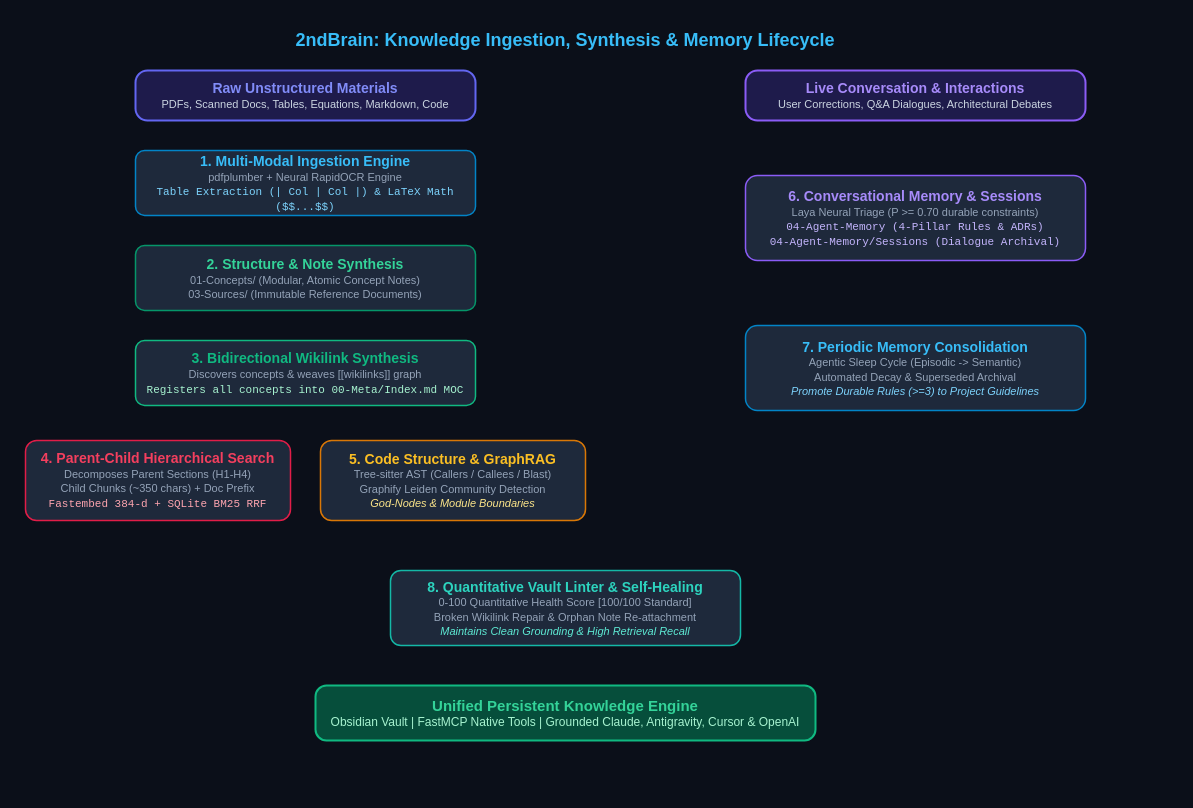
This is assets/knowledge_pipeline.drawio from Fabbbbbbb99/2ndBrain, a draw.io file, before an edit. Source tidied: cells renumbered, new cells numbered last; positions are measured from the earlier drawing's top-left corner, leaving out a move shared by most shapes. Both pictures are drawn from the tidied source at 100%, with x=0, y=0 at pixel (25, 25).
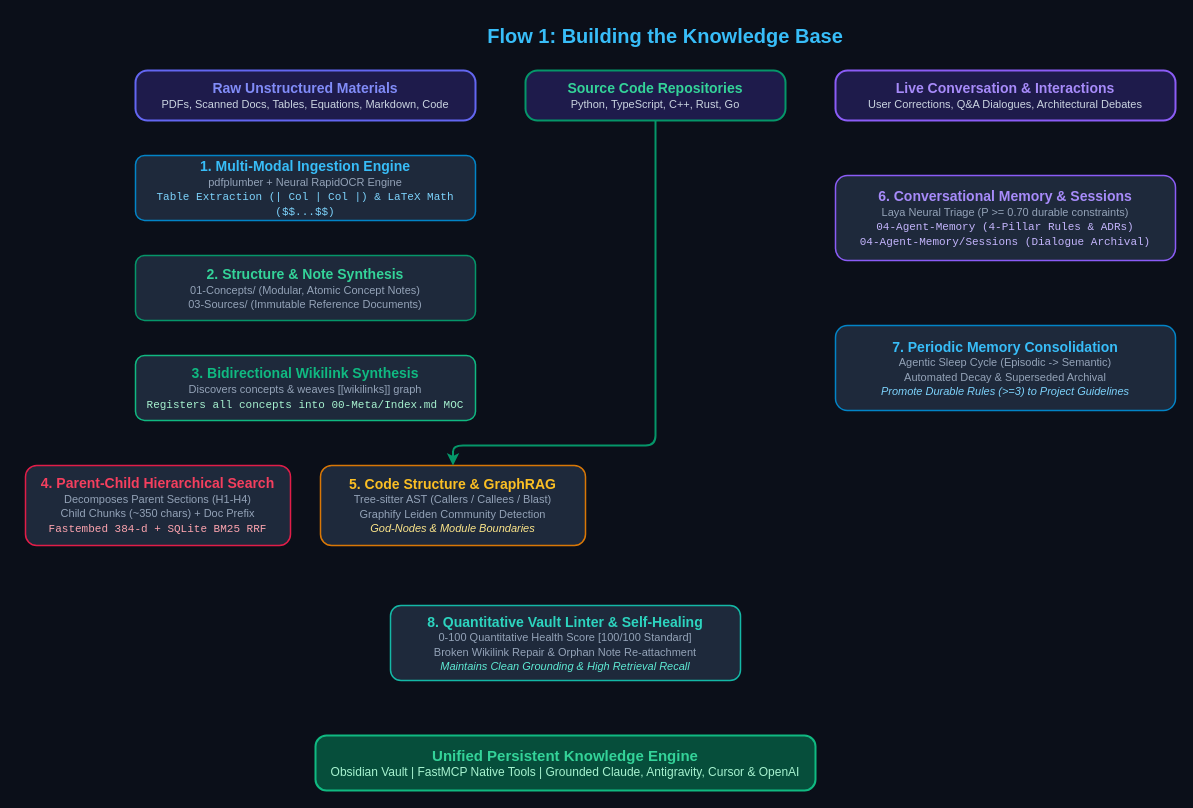
After the change.

Commit message (it also covers changes not shown here):
feat(assets): add 3 Draw.io diagrams — architecture, knowledge pipeline, prompt flow

The edit, as a diff of the source:
```diff
@@
-    <mxCell id="2" value="2ndBrain: Knowledge Ingestion, Synthesis &amp; Memory Lifecycle" style="text;html=1;strokeColor=none;fillColor=none;align=center;verticalAlign=middle;whiteSpace=wrap;rounded=0;fontColor=#38bdf8;fontStyle=1;fontSize=18;" parent="1" vertex="1">
-      <mxGeometry x="240" width="600" height="30" as="geometry" />
+    <mxCell id="2" value="Flow 1: Building the Knowledge Base" style="text;html=1;strokeColor=none;fillColor=none;align=center;verticalAlign=middle;whiteSpace=wrap;rounded=0;fontColor=#38bdf8;fontStyle=1;fontSize=20;" parent="1" vertex="1">
+      <mxGeometry x="290" y="-5" width="700" height="30" as="geometry" />
     </mxCell>
@@
+    <mxCell id="25" value="&lt;b style='font-size: 14px; color: #34d399;'&gt;Source Code Repositories&lt;/b&gt;&lt;br&gt;&lt;span style='color: #cbd5e1; font-size: 11px;'&gt;Python, TypeScript, C++, Rust, Go&lt;/span&gt;" style="rounded=1;whiteSpace=wrap;html=1;fillColor=#1e1b4b;strokeColor=#059669;strokeWidth=2;fontColor=#ffffff;arcSize=24;" parent="1" vertex="1">
+      <mxGeometry x="500" y="45" width="260" height="50" as="geometry" />
+    </mxCell>
-    <mxCell id="4" value="&lt;b style='font-size: 14px; color: #a78bfa;'&gt;Live Conversation &amp; Interactions&lt;/b&gt;&lt;br&gt;&lt;span style='color: #cbd5e1; font-size: 11px;'&gt;User Corrections, Q&amp;A Dialogues, Architectural Debates&lt;/span&gt;" style="rounded=1;whiteSpace=wrap;html=1;fillColor=#1e1b4b;strokeColor=#8b5cf6;strokeWidth=2;fontColor=#ffffff;arcSize=24;" parent="1" vertex="1">
-      <mxGeometry x="720" y="45" width="340" height="50" as="geometry" />
+    <mxCell id="4" value="&lt;b style='font-size: 14px; color: #a78bfa;'&gt;Live Conversation &amp;amp; Interactions&lt;/b&gt;&lt;br&gt;&lt;span style='color: #cbd5e1; font-size: 11px;'&gt;User Corrections, Q&amp;amp;A Dialogues, Architectural Debates&lt;/span&gt;" style="rounded=1;whiteSpace=wrap;html=1;fillColor=#1e1b4b;strokeColor=#8b5cf6;strokeWidth=2;fontColor=#ffffff;arcSize=24;" parent="1" vertex="1">
+      <mxGeometry x="810" y="45" width="340" height="50" as="geometry" />
     </mxCell>
-    <mxCell id="5" value="&lt;b style='font-size: 14px; color: #38bdf8;'&gt;1. Multi-Modal Ingestion Engine&lt;/b&gt;&lt;br&gt;&lt;span style='color: #94a3b8; font-size: 11px;'&gt;pdfplumber + Neural RapidOCR Engine&lt;br&gt;&lt;code style='color: #7dd3fc;'&gt;Table Extraction (| Col | Col |) &amp; LaTeX Math ($$...$$)&lt;/code&gt;&lt;/span&gt;" style="rounded=1;whiteSpace=wrap;html=1;fillColor=#1e293b;strokeColor=#0284c7;strokeWidth=1.5;fontColor=#f8fafc;arcSize=14;" parent="1" vertex="1">
-      <mxGeometry x="110" y="125" width="340" height="65" as="geometry" />
+    <mxCell id="5" value="&lt;b style='font-size: 14px; color: #38bdf8;'&gt;1. Multi-Modal Ingestion Engine&lt;/b&gt;&lt;br&gt;&lt;span style='color: #94a3b8; font-size: 11px;'&gt;pdfplumber + Neural RapidOCR Engine&lt;br&gt;&lt;code style='color: #7dd3fc;'&gt;Table Extraction (| Col | Col |) &amp;amp; LaTeX Math ($$...$$)&lt;/code&gt;&lt;/span&gt;" style="rounded=1;whiteSpace=wrap;html=1;fillColor=#1e293b;strokeColor=#0284c7;strokeWidth=1.5;fontColor=#f8fafc;arcSize=14;" parent="1" vertex="1">
+      <mxGeometry x="110" y="130" width="340" height="65" as="geometry" />
     </mxCell>
-    <mxCell id="6" value="&lt;b style='font-size: 14px; color: #34d399;'&gt;2. Structure &amp; Note Synthesis&lt;/b&gt;&lt;br&gt;&lt;span style='color: #94a3b8; font-size: 11px;'&gt;01-Concepts/ (Modular, Atomic Concept Notes)&lt;br&gt;03-Sources/ (Immutable Reference Documents)&lt;/span&gt;" style="rounded=1;whiteSpace=wrap;html=1;fillColor=#1e293b;strokeColor=#059669;strokeWidth=1.5;fontColor=#f8fafc;arcSize=14;" parent="1" vertex="1">
-      <mxGeometry x="110" y="220" width="340" height="65" as="geometry" />
+    <mxCell id="6" value="&lt;b style='font-size: 14px; color: #34d399;'&gt;2. Structure &amp;amp; Note Synthesis&lt;/b&gt;&lt;br&gt;&lt;span style='color: #94a3b8; font-size: 11px;'&gt;01-Concepts/ (Modular, Atomic Concept Notes)&lt;br&gt;03-Sources/ (Immutable Reference Documents)&lt;/span&gt;" style="rounded=1;whiteSpace=wrap;html=1;fillColor=#1e293b;strokeColor=#059669;strokeWidth=1.5;fontColor=#f8fafc;arcSize=14;" parent="1" vertex="1">
+      <mxGeometry x="110" y="230" width="340" height="65" as="geometry" />
     </mxCell>
-    <mxCell id="7" value="&lt;b style='font-size: 14px; color: #10b981;'&gt;3. Bidirectional Wikilink Synthesis&lt;/b&gt;&lt;br&gt;&lt;span style='color: #94a3b8; font-size: 11px;'&gt;Discovers concepts &amp; weaves [[wikilinks]] graph&lt;br&gt;&lt;code style='color: #a7f3d0;'&gt;Registers all concepts into 00-Meta/Index.md MOC&lt;/code&gt;&lt;/span&gt;" style="rounded=1;whiteSpace=wrap;html=1;fillColor=#1e293b;strokeColor=#10b981;strokeWidth=1.5;fontColor=#f8fafc;arcSize=14;" parent="1" vertex="1">
-      <mxGeometry x="110" y="315" width="340" height="65" as="geometry" />
+    <mxCell id="7" value="&lt;b style='font-size: 14px; color: #10b981;'&gt;3. Bidirectional Wikilink Synthesis&lt;/b&gt;&lt;br&gt;&lt;span style='color: #94a3b8; font-size: 11px;'&gt;Discovers concepts &amp;amp; weaves [[wikilinks]] graph&lt;br&gt;&lt;code style='color: #a7f3d0;'&gt;Registers all concepts into 00-Meta/Index.md MOC&lt;/code&gt;&lt;/span&gt;" style="rounded=1;whiteSpace=wrap;html=1;fillColor=#1e293b;strokeColor=#10b981;strokeWidth=1.5;fontColor=#f8fafc;arcSize=14;" parent="1" vertex="1">
+      <mxGeometry x="110" y="330" width="340" height="65" as="geometry" />
     </mxCell>
     <mxCell id="8" value="&lt;b style='font-size: 14px; color: #f43f5e;'&gt;4. Parent-Child Hierarchical Search&lt;/b&gt;&lt;br&gt;&lt;span style='color: #94a3b8; font-size: 11px;'&gt;Decomposes Parent Sections (H1-H4)&lt;br&gt;Child Chunks (~350 chars) + Doc Prefix&lt;br&gt;&lt;code style='color: #fda4af;'&gt;Fastembed 384-d + SQLite BM25 RRF&lt;/code&gt;&lt;/span&gt;" style="rounded=1;whiteSpace=wrap;html=1;fillColor=#1e293b;strokeColor=#e11d48;strokeWidth=1.5;fontColor=#f8fafc;arcSize=14;" parent="1" vertex="1">
-      <mxGeometry y="415" width="265" height="80" as="geometry" />
+      <mxGeometry y="440" width="265" height="80" as="geometry" />
     </mxCell>
-    <mxCell id="9" value="&lt;b style='font-size: 14px; color: #fbbf24;'&gt;5. Code Structure &amp; GraphRAG&lt;/b&gt;&lt;br&gt;&lt;span style='color: #94a3b8; font-size: 11px;'&gt;Tree-sitter AST (Callers / Callees / Blast)&lt;br&gt;Graphify Leiden Community Detection&lt;br&gt;&lt;i style='color: #fde68a;'&gt;God-Nodes &amp; Module Boundaries&lt;/i&gt;&lt;/span&gt;" style="rounded=1;whiteSpace=wrap;html=1;fillColor=#1e293b;strokeColor=#d97706;strokeWidth=1.5;fontColor=#f8fafc;arcSize=14;" parent="1" vertex="1">
-      <mxGeometry x="295" y="415" width="265" height="80" as="geometry" />
+    <mxCell id="9" value="&lt;b style='font-size: 14px; color: #fbbf24;'&gt;5. Code Structure &amp;amp; GraphRAG&lt;/b&gt;&lt;br&gt;&lt;span style='color: #94a3b8; font-size: 11px;'&gt;Tree-sitter AST (Callers / Callees / Blast)&lt;br&gt;Graphify Leiden Community Detection&lt;br&gt;&lt;i style='color: #fde68a;'&gt;God-Nodes &amp;amp; Module Boundaries&lt;/i&gt;&lt;/span&gt;" style="rounded=1;whiteSpace=wrap;html=1;fillColor=#1e293b;strokeColor=#d97706;strokeWidth=1.5;fontColor=#f8fafc;arcSize=14;" parent="1" vertex="1">
+      <mxGeometry x="295" y="440" width="265" height="80" as="geometry" />
     </mxCell>
-    <mxCell id="10" value="&lt;b style='font-size: 14px; color: #a78bfa;'&gt;6. Conversational Memory &amp; Sessions&lt;/b&gt;&lt;br&gt;&lt;span style='color: #94a3b8; font-size: 11px;'&gt;Laya Neural Triage (P &gt;= 0.70 durable constraints)&lt;br&gt;&lt;code style='color: #c4b5fd;'&gt;04-Agent-Memory (4-Pillar Rules &amp;amp; ADRs)&lt;br&gt;04-Agent-Memory/Sessions (Dialogue Archival)&lt;/code&gt;&lt;/span&gt;" style="rounded=1;whiteSpace=wrap;html=1;fillColor=#1e293b;strokeColor=#8b5cf6;strokeWidth=1.5;fontColor=#f8fafc;arcSize=14;" parent="1" vertex="1">
-      <mxGeometry x="720" y="150" width="340" height="85" as="geometry" />
+    <mxCell id="10" value="&lt;b style='font-size: 14px; color: #a78bfa;'&gt;6. Conversational Memory &amp;amp; Sessions&lt;/b&gt;&lt;br&gt;&lt;span style='color: #94a3b8; font-size: 11px;'&gt;Laya Neural Triage (P &amp;gt;= 0.70 durable constraints)&lt;br&gt;&lt;code style='color: #c4b5fd;'&gt;04-Agent-Memory (4-Pillar Rules &amp;amp; ADRs)&lt;br&gt;04-Agent-Memory/Sessions (Dialogue Archival)&lt;/code&gt;&lt;/span&gt;" style="rounded=1;whiteSpace=wrap;html=1;fillColor=#1e293b;strokeColor=#8b5cf6;strokeWidth=1.5;fontColor=#f8fafc;arcSize=14;" parent="1" vertex="1">
+      <mxGeometry x="810" y="150" width="340" height="85" as="geometry" />
     </mxCell>
-    <mxCell id="11" value="&lt;b style='font-size: 14px; color: #38bdf8;'&gt;7. Periodic Memory Consolidation&lt;/b&gt;&lt;br&gt;&lt;span style='color: #94a3b8; font-size: 11px;'&gt;Agentic Sleep Cycle (Episodic -&gt; Semantic)&lt;br&gt;Automated Decay &amp; Superseded Archival&lt;br&gt;&lt;i style='color: #7dd3fc;'&gt;Promote Durable Rules (&gt;=3) to Project Guidelines&lt;/i&gt;&lt;/span&gt;" style="rounded=1;whiteSpace=wrap;html=1;fillColor=#1e293b;strokeColor=#0284c7;strokeWidth=1.5;fontColor=#f8fafc;arcSize=14;" parent="1" vertex="1">
-      <mxGeometry x="720" y="300" width="340" height="85" as="geometry" />
+    <mxCell id="11" value="&lt;b style='font-size: 14px; color: #38bdf8;'&gt;7. Periodic Memory Consolidation&lt;/b&gt;&lt;br&gt;&lt;span style='color: #94a3b8; font-size: 11px;'&gt;Agentic Sleep Cycle (Episodic -&gt; Semantic)&lt;br&gt;Automated Decay &amp;amp; Superseded Archival&lt;br&gt;&lt;i style='color: #7dd3fc;'&gt;Promote Durable Rules (&gt;=3) to Project Guidelines&lt;/i&gt;&lt;/span&gt;" style="rounded=1;whiteSpace=wrap;html=1;fillColor=#1e293b;strokeColor=#0284c7;strokeWidth=1.5;fontColor=#f8fafc;arcSize=14;" parent="1" vertex="1">
+      <mxGeometry x="810" y="300" width="340" height="85" as="geometry" />
     </mxCell>
-    <mxCell id="12" value="&lt;b style='font-size: 14px; color: #2dd4bf;'&gt;8. Quantitative Vault Linter &amp; Self-Healing&lt;/b&gt;&lt;br&gt;&lt;span style='color: #94a3b8; font-size: 11px;'&gt;0-100 Quantitative Health Score [100/100 Standard]&lt;br&gt;Broken Wikilink Repair &amp; Orphan Note Re-attachment&lt;br&gt;&lt;i style='color: #5eead4;'&gt;Maintains Clean Grounding &amp; High Retrieval Recall&lt;/i&gt;&lt;/span&gt;" style="rounded=1;whiteSpace=wrap;html=1;fillColor=#1e293b;strokeColor=#14b8a6;strokeWidth=1.5;fontColor=#f8fafc;arcSize=14;" parent="1" vertex="1">
-      <mxGeometry x="365" y="545" width="350" height="75" as="geometry" />
+    <mxCell id="12" value="&lt;b style='font-size: 14px; color: #2dd4bf;'&gt;8. Quantitative Vault Linter &amp;amp; Self-Healing&lt;/b&gt;&lt;br&gt;&lt;span style='color: #94a3b8; font-size: 11px;'&gt;0-100 Quantitative Health Score [100/100 Standard]&lt;br&gt;Broken Wikilink Repair &amp;amp; Orphan Note Re-attachment&lt;br&gt;&lt;i style='color: #5eead4;'&gt;Maintains Clean Grounding &amp;amp; High Retrieval Recall&lt;/i&gt;&lt;/span&gt;" style="rounded=1;whiteSpace=wrap;html=1;fillColor=#1e293b;strokeColor=#14b8a6;strokeWidth=1.5;fontColor=#f8fafc;arcSize=14;" parent="1" vertex="1">
+      <mxGeometry x="365" y="580" width="350" height="75" as="geometry" />
     </mxCell>
-    <mxCell id="13" value="&lt;b style='font-size: 15px; color: #34d399;'&gt;Unified Persistent Knowledge Engine&lt;/b&gt;&lt;br&gt;&lt;span style='color: #a7f3d0; font-size: 12px;'&gt;Obsidian Vault | FastMCP Native Tools | Grounded Claude, Antigravity, Cursor &amp; OpenAI&lt;/span&gt;" style="rounded=1;whiteSpace=wrap;html=1;fillColor=#064e3b;strokeColor=#10b981;strokeWidth=2;fontColor=#ffffff;arcSize=20;" parent="1" vertex="1">
-      <mxGeometry x="290" y="660" width="500" height="55" as="geometry" />
+    <mxCell id="13" value="&lt;b style='font-size: 15px; color: #34d399;'&gt;Unified Persistent Knowledge Engine&lt;/b&gt;&lt;br&gt;&lt;span style='color: #a7f3d0; font-size: 12px;'&gt;Obsidian Vault | FastMCP Native Tools | Grounded Claude, Antigravity, Cursor &amp;amp; OpenAI&lt;/span&gt;" style="rounded=1;whiteSpace=wrap;html=1;fillColor=#064e3b;strokeColor=#10b981;strokeWidth=2;fontColor=#ffffff;arcSize=20;" parent="1" vertex="1">
+      <mxGeometry x="290" y="710" width="500" height="55" as="geometry" />
     </mxCell>
@@
+    <mxCell id="26" style="rounded=1;jettySize=auto;html=1;strokeColor=#059669;strokeWidth=2;edgeStyle=orthogonalEdgeStyle;exitX=0.5;exitY=1;entryX=0.5;entryY=0;" parent="1" edge="1" source="25" target="9">
+      <mxGeometry relative="1" as="geometry">
+        <Array as="points">
+          <mxPoint x="630" y="115" />
+          <mxPoint x="630" y="420" />
+          <mxPoint x="427.5" y="420" />
+        </Array>
+      </mxGeometry>
+    </mxCell>
```
